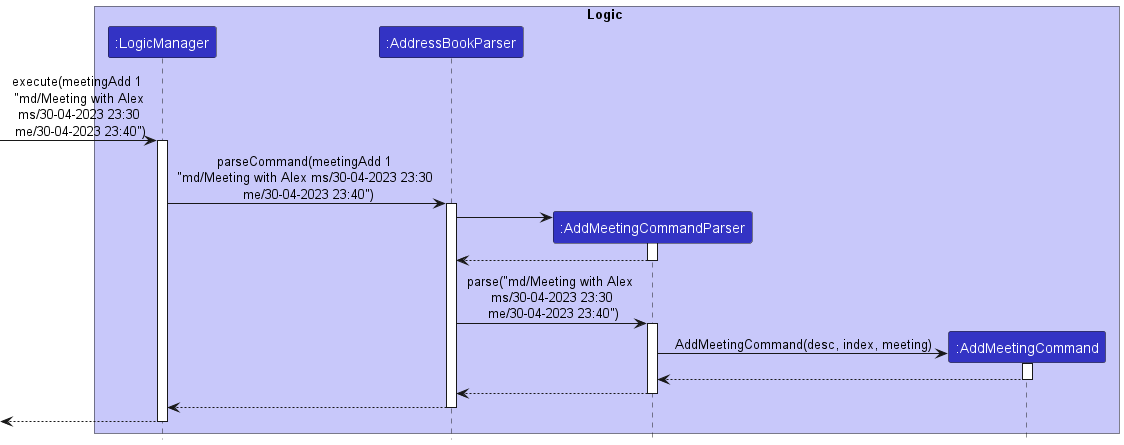
Before: docs/images/AddMeetingParseSequenceDiagram.PNG, a diagram exported from PlantUML (nus-cs2103-AY2223S2/tp).
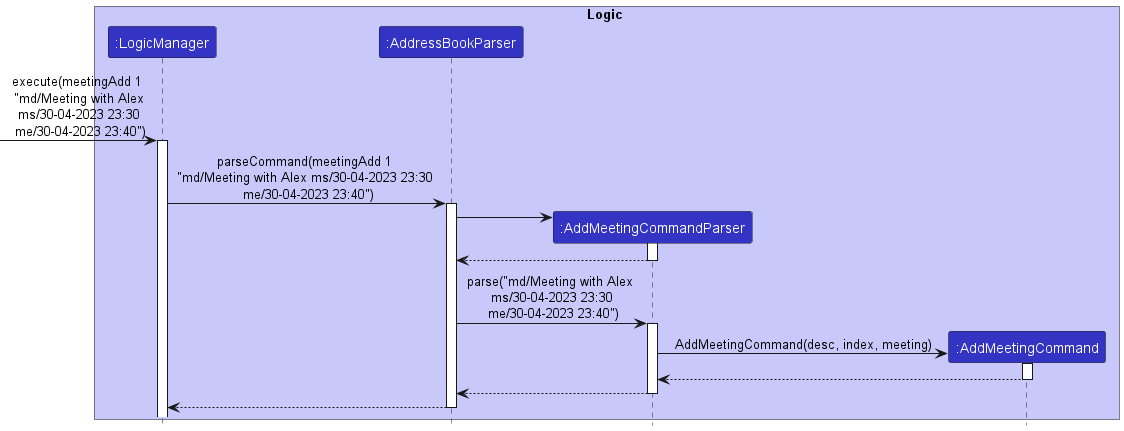
Above is the later version.

What changed in the source:
```diff
@@ -36,7 +36,4 @@
 
 AddressBookParser --> LogicManager
 deactivate AddressBookParser
-
-[<-- LogicManager
-deactivate LogicManager
 @enduml
```
